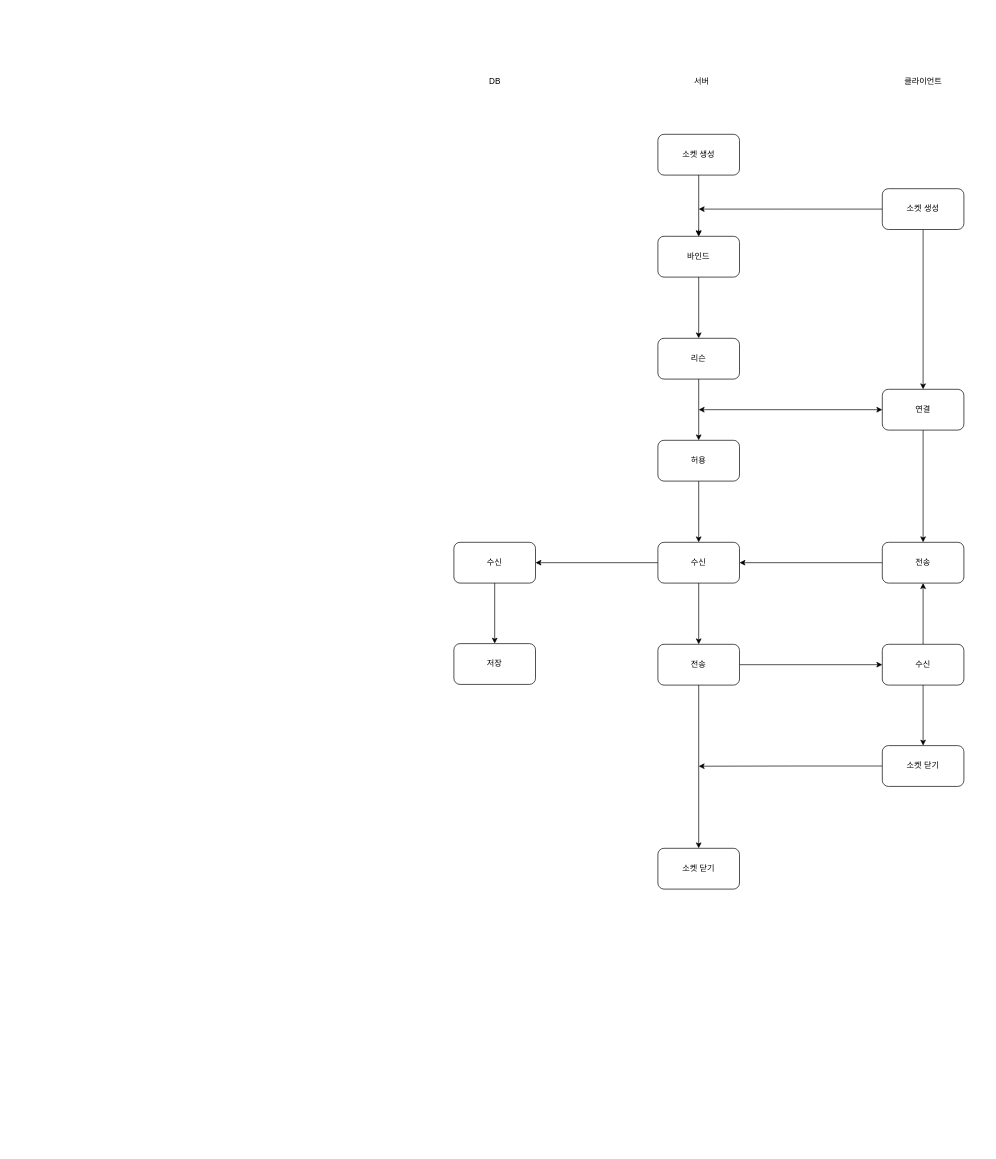
Above: 제목 없는 다이어그램.drawio in Hyunmin-Kwak-hub/neighbor21 (draw.io), before the change. Source tidied: cells renumbered, new cells numbered last; positions are measured from the earlier drawing's top-left corner, leaving out a move shared by most shapes. Both pictures are drawn from the tidied source at 68%, with x=0, y=0 at pixel (454, 71).
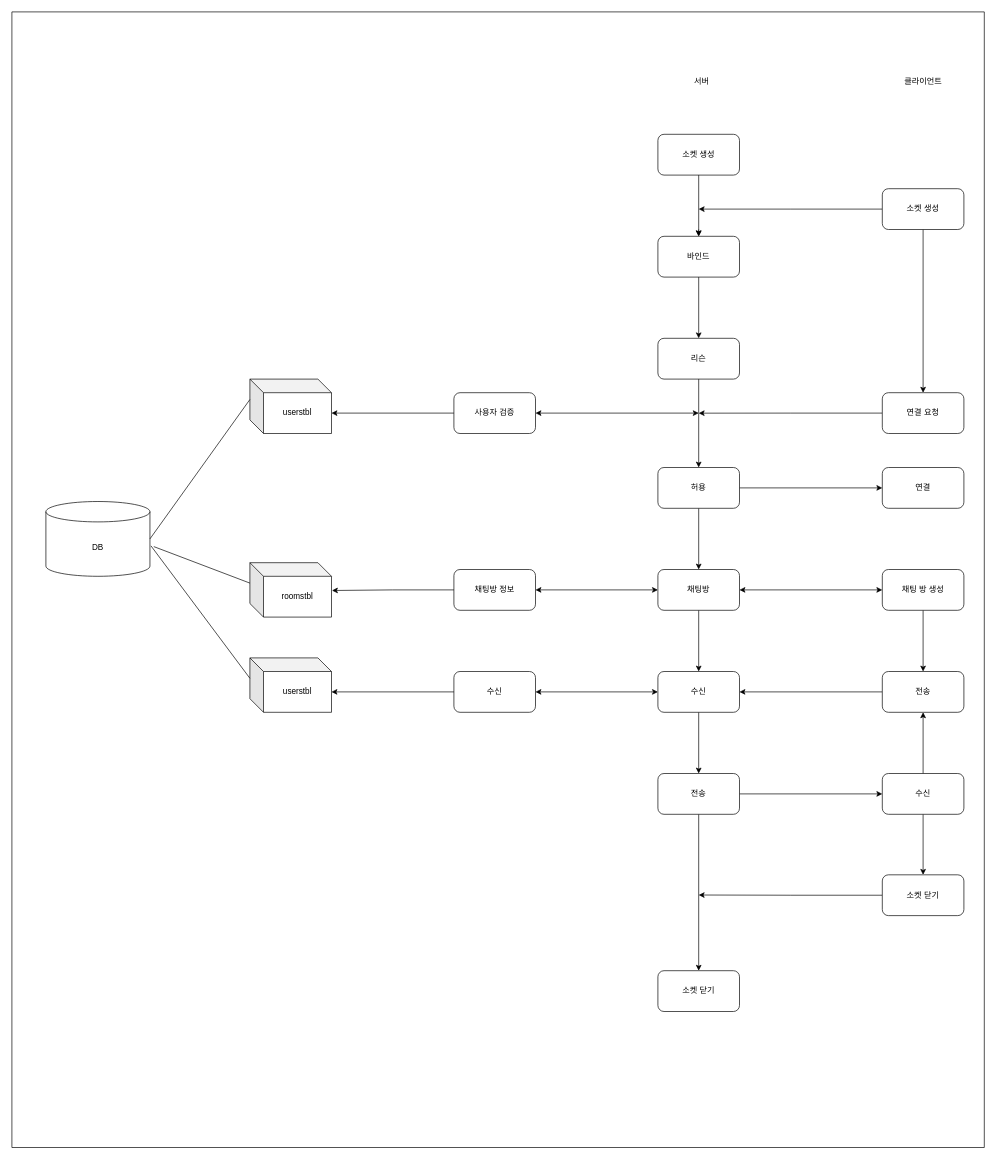
The same diagram, later.

Commit message (it also covers changes not shown here):
제목 없는 다이어그램.drawio 업데이트

Change to the diagram source:
```diff
@@
-    <mxCell id="8" style="edgeStyle=orthogonalEdgeStyle;rounded=0;jettySize=auto;html=1;exitX=0.5;exitY=1;exitDx=0;exitDy=0;entryX=0.5;entryY=0;entryDx=0;entryDy=0;" parent="1" edge="1" source="9" target="14">
-      <mxGeometry relative="1" as="geometry" />
-    </mxCell>
+    <mxCell id="37" style="edgeStyle=orthogonalEdgeStyle;rounded=0;jettySize=auto;html=1;exitX=1;exitY=0.5;exitDx=0;exitDy=0;entryX=0;entryY=0.5;entryDx=0;entryDy=0;" parent="1" edge="1" source="9" target="49">
+      <mxGeometry relative="1" as="geometry" />
+    </mxCell>
+    <mxCell id="38" style="edgeStyle=orthogonalEdgeStyle;rounded=0;jettySize=auto;html=1;exitX=0.5;exitY=1;exitDx=0;exitDy=0;entryX=0.5;entryY=0;entryDx=0;entryDy=0;" parent="1" edge="1" source="9" target="48">
+      <mxGeometry relative="1" as="geometry" />
+    </mxCell>
     <mxCell id="9" value="허용" style="rounded=1;whiteSpace=wrap;html=1;" parent="1" vertex="1">
-      <mxGeometry x="300" y="542" width="120" height="60" as="geometry" />
+      <mxGeometry x="300" y="582" width="120" height="60" as="geometry" />
     </mxCell>
-    <mxCell id="10" style="edgeStyle=orthogonalEdgeStyle;rounded=0;jettySize=auto;html=1;exitX=0.5;exitY=1;exitDx=0;exitDy=0;entryX=0.5;entryY=0;entryDx=0;entryDy=0;" parent="1" edge="1" source="11" target="16">
-      <mxGeometry relative="1" as="geometry" />
-    </mxCell>
+    <mxCell id="39" style="edgeStyle=orthogonalEdgeStyle;rounded=0;jettySize=auto;html=1;exitX=0;exitY=0.5;exitDx=0;exitDy=0;" parent="1" edge="1" source="11">
+      <mxGeometry relative="1" as="geometry">
+        <mxPoint x="360" y="502.1" as="targetPoint" />
+      </mxGeometry>
+    </mxCell>
-    <mxCell id="11" value="연결" style="rounded=1;whiteSpace=wrap;html=1;" parent="1" vertex="1">
-      <mxGeometry x="630" y="467" width="120" height="60" as="geometry" />
+    <mxCell id="11" value="연결 요청" style="rounded=1;whiteSpace=wrap;html=1;" parent="1" vertex="1">
+      <mxGeometry x="630" y="472" width="120" height="60" as="geometry" />
     </mxCell>
@@
-    <mxCell id="13" style="edgeStyle=orthogonalEdgeStyle;rounded=0;jettySize=auto;html=1;exitX=0;exitY=0.5;exitDx=0;exitDy=0;entryX=1;entryY=0.5;entryDx=0;entryDy=0;" parent="1" edge="1" source="14" target="35">
-      <mxGeometry relative="1" as="geometry" />
-    </mxCell>
     <mxCell id="14" value="수신" style="rounded=1;whiteSpace=wrap;html=1;" parent="1" vertex="1">
-      <mxGeometry x="300" y="692" width="120" height="60" as="geometry" />
+      <mxGeometry x="300" y="882" width="120" height="60" as="geometry" />
     </mxCell>
@@
     <mxCell id="16" value="전송" style="rounded=1;whiteSpace=wrap;html=1;" parent="1" vertex="1">
-      <mxGeometry x="630" y="692" width="120" height="60" as="geometry" />
+      <mxGeometry x="630" y="882" width="120" height="60" as="geometry" />
     </mxCell>
@@
     <mxCell id="19" value="전송" style="rounded=1;whiteSpace=wrap;html=1;" parent="1" vertex="1">
-      <mxGeometry x="300" y="842" width="120" height="60" as="geometry" />
+      <mxGeometry x="300" y="1032" width="120" height="60" as="geometry" />
     </mxCell>
@@
     <mxCell id="22" value="수신" style="rounded=1;whiteSpace=wrap;html=1;" parent="1" vertex="1">
-      <mxGeometry x="630" y="842" width="120" height="60" as="geometry" />
+      <mxGeometry x="630" y="1032" width="120" height="60" as="geometry" />
     </mxCell>
-    <mxCell id="23" style="edgeStyle=orthogonalEdgeStyle;rounded=0;jettySize=auto;html=1;exitX=0;exitY=0.5;exitDx=0;exitDy=0;" parent="1" edge="1" source="24">
-      <mxGeometry relative="1" as="geometry">
-        <mxPoint x="360" y="1021.3" as="targetPoint" />
-      </mxGeometry>
-    </mxCell>
+    <mxCell id="40" style="edgeStyle=orthogonalEdgeStyle;rounded=0;jettySize=auto;html=1;exitX=0;exitY=0.5;exitDx=0;exitDy=0;" parent="1" edge="1" source="24">
+      <mxGeometry relative="1" as="geometry">
+        <mxPoint x="360" y="1210.7" as="targetPoint" />
+      </mxGeometry>
+    </mxCell>
     <mxCell id="24" value="소켓 닫기" style="rounded=1;whiteSpace=wrap;html=1;" parent="1" vertex="1">
-      <mxGeometry x="630" y="991" width="120" height="60" as="geometry" />
+      <mxGeometry x="630" y="1181" width="120" height="60" as="geometry" />
     </mxCell>
     <mxCell id="25" value="소켓 닫기" style="rounded=1;whiteSpace=wrap;html=1;" parent="1" vertex="1">
-      <mxGeometry x="300" y="1142" width="120" height="60" as="geometry" />
+      <mxGeometry x="300" y="1322" width="120" height="60" as="geometry" />
     </mxCell>
@@
-    <mxCell id="30" style="endArrow=classic;startArrow=classic;html=1;rounded=0;entryX=0;entryY=0.5;entryDx=0;entryDy=0;" parent="1" edge="1" target="11">
-      <mxGeometry relative="1" as="geometry">
-        <mxPoint x="360" y="497" as="sourcePoint" />
-      </mxGeometry>
-    </mxCell>
@@
+    <mxCell id="35" value="수신" style="rounded=1;whiteSpace=wrap;html=1;" parent="1" vertex="1">
+      <mxGeometry y="882" width="120" height="60" as="geometry" />
+    </mxCell>
+    <mxCell id="41" value="사용자 검증" style="rounded=1;whiteSpace=wrap;html=1;" parent="1" vertex="1">
+      <mxGeometry y="472" width="120" height="60" as="geometry" />
+    </mxCell>
+    <mxCell id="42" style="endArrow=classic;startArrow=classic;html=1;rounded=0;exitX=1;exitY=0.5;exitDx=0;exitDy=0;" parent="1" edge="1" source="41">
+      <mxGeometry relative="1" as="geometry">
+        <mxPoint x="360" y="502" as="targetPoint" />
+      </mxGeometry>
+    </mxCell>
+    <mxCell id="43" value="userstbl" style="shape=cube;whiteSpace=wrap;html=1;boundedLbl=1;backgroundOutline=1;darkOpacity=0.05;darkOpacity2=0.1;" parent="1" vertex="1">
+      <mxGeometry x="-300" y="452" width="120" height="80" as="geometry" />
+    </mxCell>
+    <mxCell id="44" value="userstbl" style="shape=cube;whiteSpace=wrap;html=1;boundedLbl=1;backgroundOutline=1;darkOpacity=0.05;darkOpacity2=0.1;" parent="1" vertex="1">
+      <mxGeometry x="-300" y="862" width="120" height="80" as="geometry" />
+    </mxCell>
+    <mxCell id="45" style="edgeStyle=orthogonalEdgeStyle;rounded=0;jettySize=auto;html=1;exitX=0.5;exitY=1;exitDx=0;exitDy=0;entryX=0.5;entryY=0;entryDx=0;entryDy=0;" parent="1" edge="1" source="46" target="16">
+      <mxGeometry relative="1" as="geometry" />
+    </mxCell>
+    <mxCell id="46" value="채팅 방 생성" style="rounded=1;whiteSpace=wrap;html=1;" parent="1" vertex="1">
+      <mxGeometry x="630" y="732" width="120" height="60" as="geometry" />
+    </mxCell>
+    <mxCell id="47" style="edgeStyle=orthogonalEdgeStyle;rounded=0;jettySize=auto;html=1;exitX=0.5;exitY=1;exitDx=0;exitDy=0;entryX=0.5;entryY=0;entryDx=0;entryDy=0;" parent="1" edge="1" source="48" target="14">
+      <mxGeometry relative="1" as="geometry" />
+    </mxCell>
+    <mxCell id="48" value="채팅방" style="rounded=1;whiteSpace=wrap;html=1;" parent="1" vertex="1">
+      <mxGeometry x="300" y="732" width="120" height="60" as="geometry" />
+    </mxCell>
+    <mxCell id="49" value="연결" style="rounded=1;whiteSpace=wrap;html=1;" parent="1" vertex="1">
+      <mxGeometry x="630" y="582" width="120" height="60" as="geometry" />
+    </mxCell>
+    <mxCell id="50" value="채팅방 정보" style="rounded=1;whiteSpace=wrap;html=1;" parent="1" vertex="1">
+      <mxGeometry y="732" width="120" height="60" as="geometry" />
+    </mxCell>
+    <mxCell id="51" style="endArrow=classic;startArrow=classic;html=1;rounded=0;entryX=0;entryY=0.5;entryDx=0;entryDy=0;exitX=1;exitY=0.5;exitDx=0;exitDy=0;" parent="1" edge="1" source="48" target="46">
+      <mxGeometry relative="1" as="geometry" />
+    </mxCell>
+    <mxCell id="52" style="endArrow=classic;startArrow=classic;html=1;rounded=0;entryX=0;entryY=0.5;entryDx=0;entryDy=0;exitX=1;exitY=0.5;exitDx=0;exitDy=0;" parent="1" edge="1" source="50" target="48">
+      <mxGeometry relative="1" as="geometry" />
+    </mxCell>
+    <mxCell id="53" value="roomstbl" style="shape=cube;whiteSpace=wrap;html=1;boundedLbl=1;backgroundOutline=1;darkOpacity=0.05;darkOpacity2=0.1;" parent="1" vertex="1">
+      <mxGeometry x="-300" y="722" width="120" height="80" as="geometry" />
+    </mxCell>
+    <mxCell id="54" style="edgeStyle=orthogonalEdgeStyle;rounded=0;jettySize=auto;html=1;exitX=0;exitY=0.5;exitDx=0;exitDy=0;entryX=0;entryY=0;entryDx=120.00000000000001;entryDy=50;entryPerimeter=0;" parent="1" edge="1" source="41" target="43">
+      <mxGeometry relative="1" as="geometry" />
+    </mxCell>
+    <mxCell id="55" style="edgeStyle=orthogonalEdgeStyle;rounded=0;jettySize=auto;html=1;exitX=0;exitY=0.5;exitDx=0;exitDy=0;entryX=1.006;entryY=0.511;entryDx=0;entryDy=0;entryPerimeter=0;" parent="1" edge="1" source="50" target="53">
+      <mxGeometry relative="1" as="geometry" />
+    </mxCell>
+    <mxCell id="56" style="edgeStyle=orthogonalEdgeStyle;rounded=0;jettySize=auto;html=1;exitX=0;exitY=0.5;exitDx=0;exitDy=0;entryX=0;entryY=0;entryDx=120.00000000000001;entryDy=50;entryPerimeter=0;" parent="1" edge="1" source="35" target="44">
+      <mxGeometry relative="1" as="geometry" />
+    </mxCell>
+    <mxCell id="57" style="endArrow=classic;startArrow=classic;html=1;rounded=0;entryX=0;entryY=0.5;entryDx=0;entryDy=0;exitX=1;exitY=0.5;exitDx=0;exitDy=0;" parent="1" edge="1" source="35" target="14">
+      <mxGeometry relative="1" as="geometry" />
+    </mxCell>
-    <mxCell id="33" value="DB" style="text;html=1;align=center;verticalAlign=middle;points=[];strokeColor=none;fillColor=none;" parent="1" vertex="1">
-      <mxGeometry x="40" width="40" height="30" as="geometry" />
+    <mxCell id="33" value="DB" style="shape=cylinder3;whiteSpace=wrap;html=1;boundedLbl=1;backgroundOutline=1;size=15;" parent="1" vertex="1">
+      <mxGeometry x="-600" y="632" width="153" height="110" as="geometry" />
     </mxCell>
-    <mxCell id="34" style="edgeStyle=orthogonalEdgeStyle;rounded=0;jettySize=auto;html=1;exitX=0.5;exitY=1;exitDx=0;exitDy=0;entryX=0.5;entryY=0;entryDx=0;entryDy=0;" parent="1" edge="1" source="35" target="36">
-      <mxGeometry relative="1" as="geometry" />
-    </mxCell>
-    <mxCell id="35" value="수신" style="rounded=1;whiteSpace=wrap;html=1;" parent="1" vertex="1">
-      <mxGeometry y="692" width="120" height="60" as="geometry" />
-    </mxCell>
-    <mxCell id="36" value="저장" style="rounded=1;whiteSpace=wrap;html=1;" parent="1" vertex="1">
-      <mxGeometry y="841" width="120" height="60" as="geometry" />
-    </mxCell>
+    <mxCell id="58" style="swimlane;startSize=0;" parent="1" vertex="1">
+      <mxGeometry x="-650" y="-88" width="1430" height="1670" as="geometry" />
+    </mxCell>
+    <mxCell id="59" style="endArrow=none;html=1;rounded=0;entryX=0;entryY=0;entryDx=0;entryDy=30;entryPerimeter=0;exitX=1;exitY=0.5;exitDx=0;exitDy=0;exitPerimeter=0;" parent="1" edge="1" source="33" target="43">
+      <mxGeometry relative="1" as="geometry" />
+    </mxCell>
+    <mxCell id="60" style="endArrow=none;html=1;rounded=0;exitX=1.01;exitY=0.593;exitDx=0;exitDy=0;exitPerimeter=0;entryX=0;entryY=0;entryDx=0;entryDy=30;entryPerimeter=0;" parent="1" edge="1" source="33" target="44">
+      <mxGeometry relative="1" as="geometry" />
+    </mxCell>
+    <mxCell id="61" style="endArrow=none;html=1;rounded=0;entryX=0;entryY=0;entryDx=0;entryDy=30;entryPerimeter=0;exitX=1.037;exitY=0.603;exitDx=0;exitDy=0;exitPerimeter=0;" parent="1" edge="1" source="33" target="53">
+      <mxGeometry relative="1" as="geometry" />
+    </mxCell>
```
